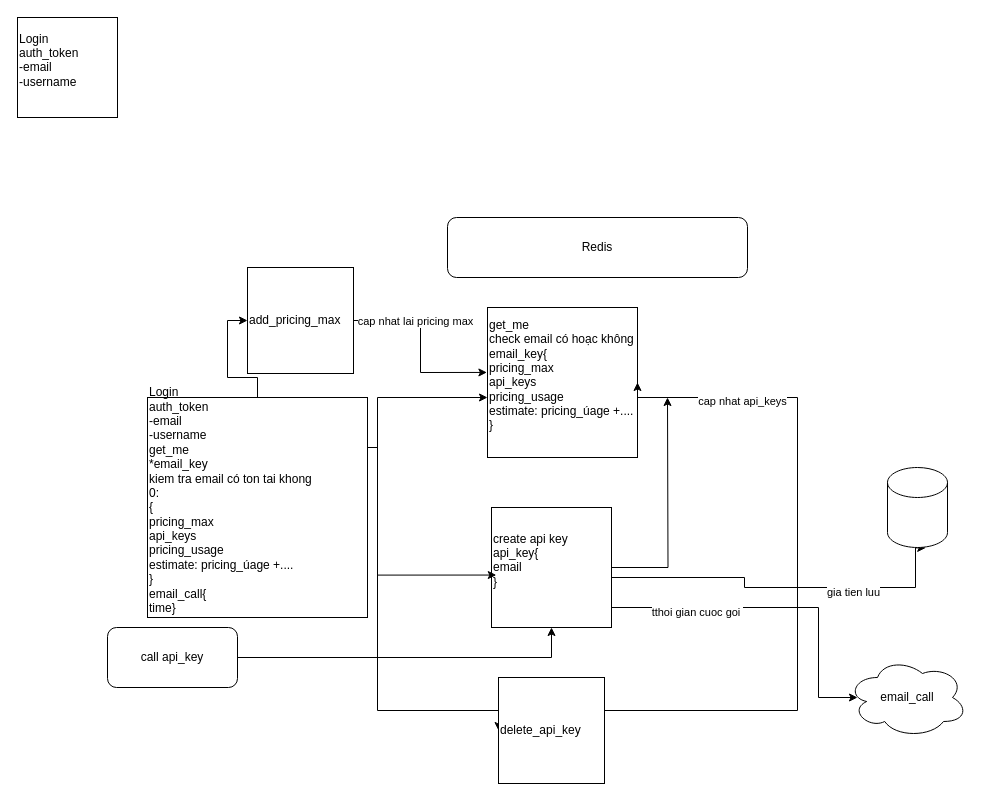
Above: Biểu đồ không có tiêu đề.drawio in ssda35/Wordpress (draw.io), before the change. Source tidied: cells renumbered, new cells numbered last; positions are measured from the earlier drawing's top-left corner, leaving out a move shared by most shapes. Both pictures are drawn from the tidied source at 100%, with x=0, y=0 at pixel (17, 17).
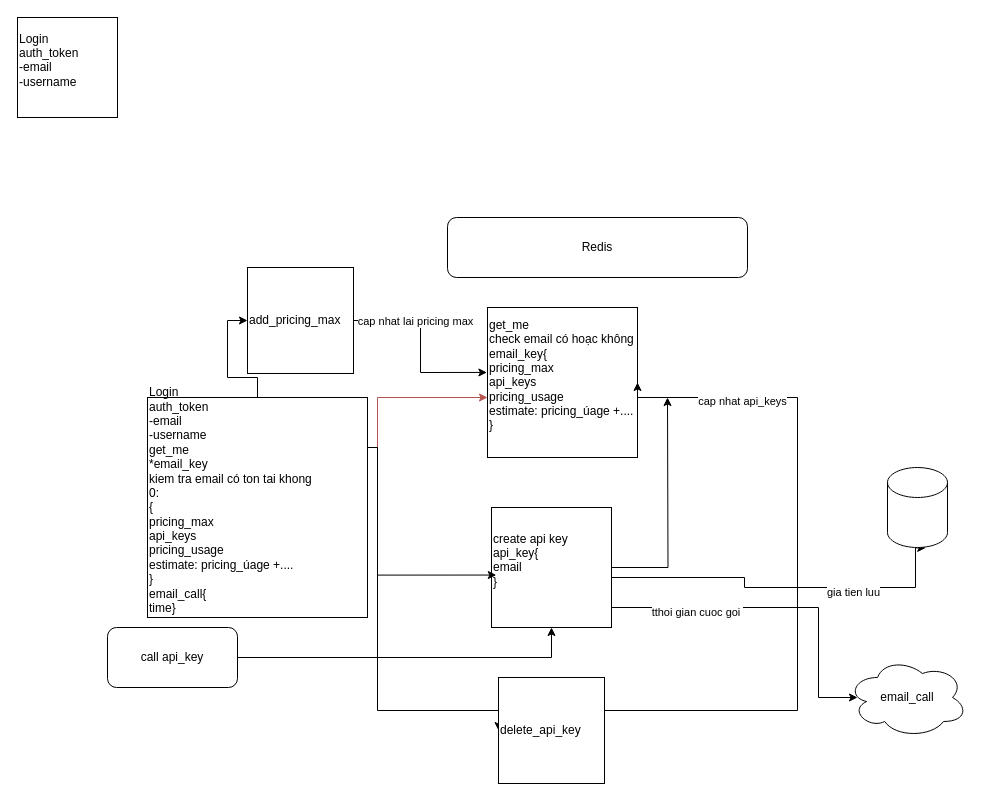
The same diagram, later.

Commit message (it also covers changes not shown here):
Cập nhật Biểu đồ không có tiêu đề.drawio

The change refers to these unchanged cells:
```xml
<mxCell id="5" value="Login&lt;br&gt;auth_token&lt;div&gt;-email&lt;/div&gt;&lt;div&gt;-username&lt;/div&gt;&lt;div&gt;get_me&lt;/div&gt;&lt;div&gt;*email_key&lt;/div&gt;&lt;div&gt;kiem tra email có ton tai khong&lt;/div&gt;&lt;div&gt;0:&lt;/div&gt;&lt;div&gt;&lt;div&gt;{&lt;/div&gt;&lt;div&gt;pricing_max&lt;/div&gt;&lt;div&gt;api_keys&lt;/div&gt;&lt;div&gt;pricing_usage&lt;/div&gt;&lt;div&gt;estimate: pricing_úage +....&lt;/div&gt;&lt;div&gt;}&lt;/div&gt;&lt;/div&gt;&lt;div&gt;email_call{&lt;/div&gt;&lt;div&gt;time}&lt;/div&gt;&lt;div&gt;&lt;br&gt;&lt;/div&gt;" style="whiteSpace=wrap;html=1;align=left;" parent="1" vertex="1">
  <mxGeometry x="130" y="380" width="220" height="220" as="geometry" />
</mxCell>
<mxCell id="7" value="get_me&lt;div&gt;check email có hoạc không&lt;br&gt;&lt;div&gt;email_key{&lt;/div&gt;&lt;div&gt;pricing_max&lt;/div&gt;&lt;div&gt;api_keys&lt;/div&gt;&lt;div&gt;pricing_usage&lt;/div&gt;&lt;div&gt;estimate: pricing_úage +....&lt;/div&gt;&lt;div&gt;}&lt;/div&gt;&lt;div&gt;&lt;br&gt;&lt;/div&gt;&lt;/div&gt;" style="whiteSpace=wrap;html=1;align=left;" parent="1" vertex="1">
  <mxGeometry x="470" y="290" width="150" height="150" as="geometry" />
</mxCell>
```

Diff of the diagram source:
```diff
@@
-<mxGraphModel>
+<mxGraphModel background="#FFFFFF">
@@
-    <mxCell id="2" style="edgeStyle=orthogonalEdgeStyle;rounded=0;jettySize=auto;html=1;" parent="1" edge="1" source="5" target="7">
+    <mxCell id="2" style="edgeStyle=orthogonalEdgeStyle;rounded=0;jettySize=auto;html=1;fillColor=#f8cecc;strokeColor=#b85450;" parent="1" edge="1" source="5" target="7">
       <mxGeometry relative="1" as="geometry">
         <Array as="points">
           <mxPoint x="360" y="430" />
           <mxPoint x="360" y="380" />
         </Array>
       </mxGeometry>
     </mxCell>
```
